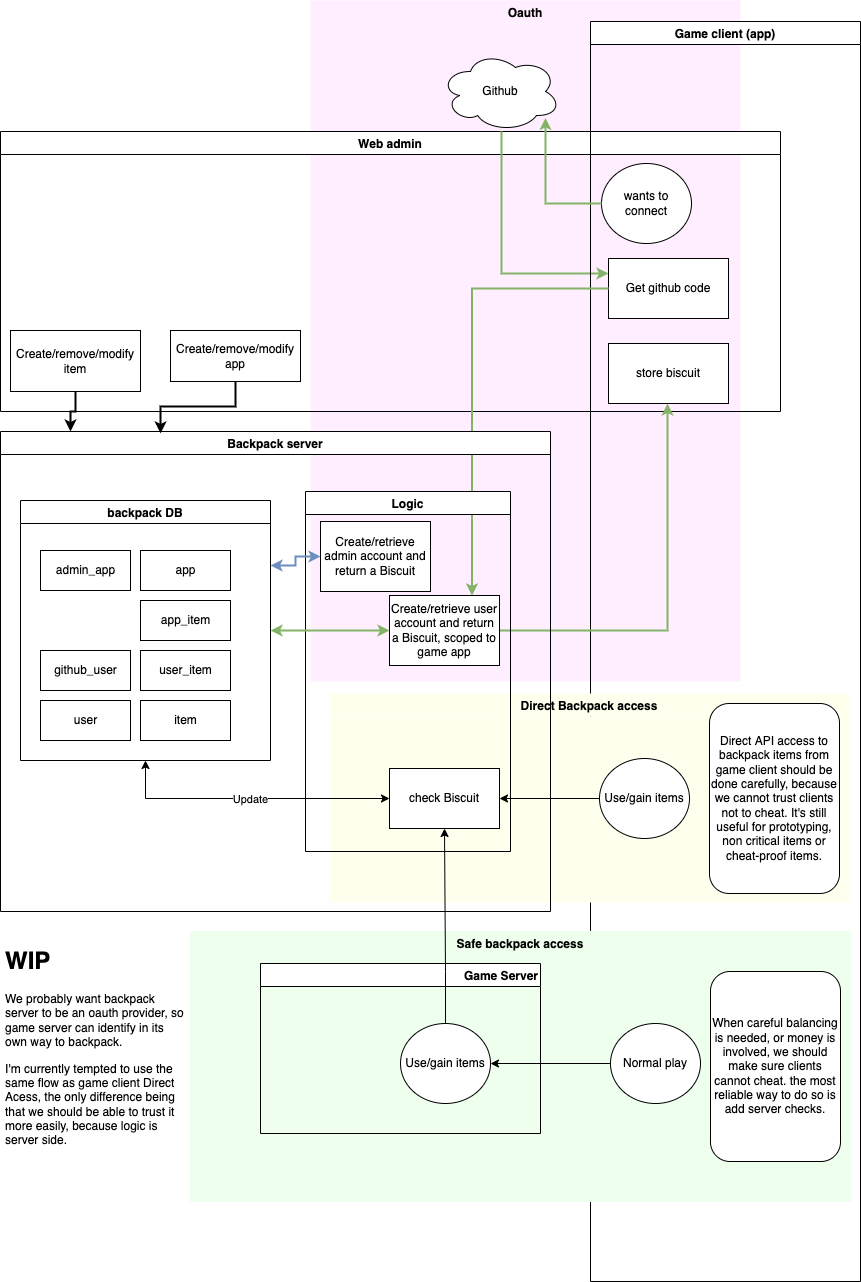
Before: Docs/Backpack.drawio.png, a diagram exported from draw.io (Vrixyz/backpack). Source tidied: cells renumbered, new cells last; positions are measured from the earlier drawing's top-left corner, leaving out a move shared by most shapes.
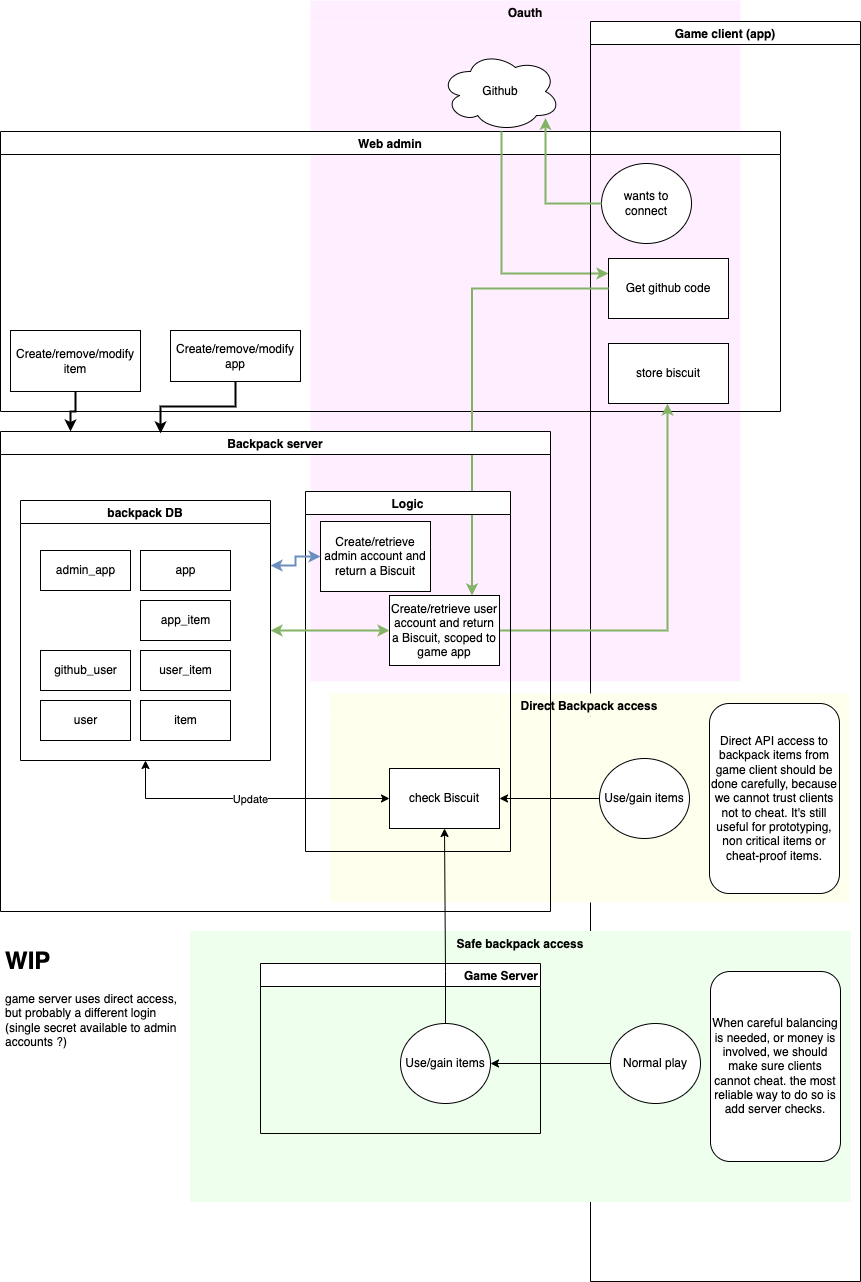
After the commit.

Commit message:
background on diagram

What changed in the source:
```diff
@@ -1,4 +1,4 @@
-<mxGraphModel>
+<mxGraphModel background="#FFFFFF">
   <root>
     <mxCell id="0" />
     <mxCell id="1" parent="0" />
@@ -134,7 +134,7 @@
     <mxCell id="41" value="Update" style="edgeLabel;html=1;align=center;verticalAlign=middle;" parent="40" vertex="1">
       <mxGeometry relative="1" as="geometry" />
     </mxCell>
-    <mxCell id="42" value="&lt;h1&gt;WIP&lt;/h1&gt;&lt;p&gt;We probably want backpack server to be an oauth provider, so game server can identify in its own way to backpack.&lt;/p&gt;&lt;p&gt;I'm currently tempted to use the same flow as game client Direct Acess, the only difference being that we should be able to trust it more easily, because logic is server side.&lt;br&gt;&lt;/p&gt;&lt;p&gt;&lt;br&gt;&lt;/p&gt;" style="text;html=1;strokeColor=none;fillColor=none;spacing=5;spacingTop=-20;whiteSpace=wrap;overflow=hidden;rounded=0;labelBackgroundColor=none;fillStyle=auto;" parent="1" vertex="1">
+    <mxCell id="42" value="&lt;h1&gt;WIP&lt;/h1&gt;&lt;p&gt;game server uses direct access, but probably a different login (single secret available to admin accounts ?)&lt;/p&gt;&lt;p&gt;&lt;br&gt;&lt;/p&gt;" style="text;html=1;strokeColor=none;fillColor=none;spacing=5;spacingTop=-20;whiteSpace=wrap;overflow=hidden;rounded=0;labelBackgroundColor=none;fillStyle=auto;" parent="1" vertex="1">
       <mxGeometry y="941" width="190" height="230" as="geometry" />
     </mxCell>
     <mxCell id="43" style="edgeStyle=orthogonalEdgeStyle;rounded=0;jettySize=auto;html=1;entryX=0.5;entryY=1;entryDx=0;entryDy=0;startArrow=none;startFill=0;" parent="1" edge="1" source="20" target="24">
```
